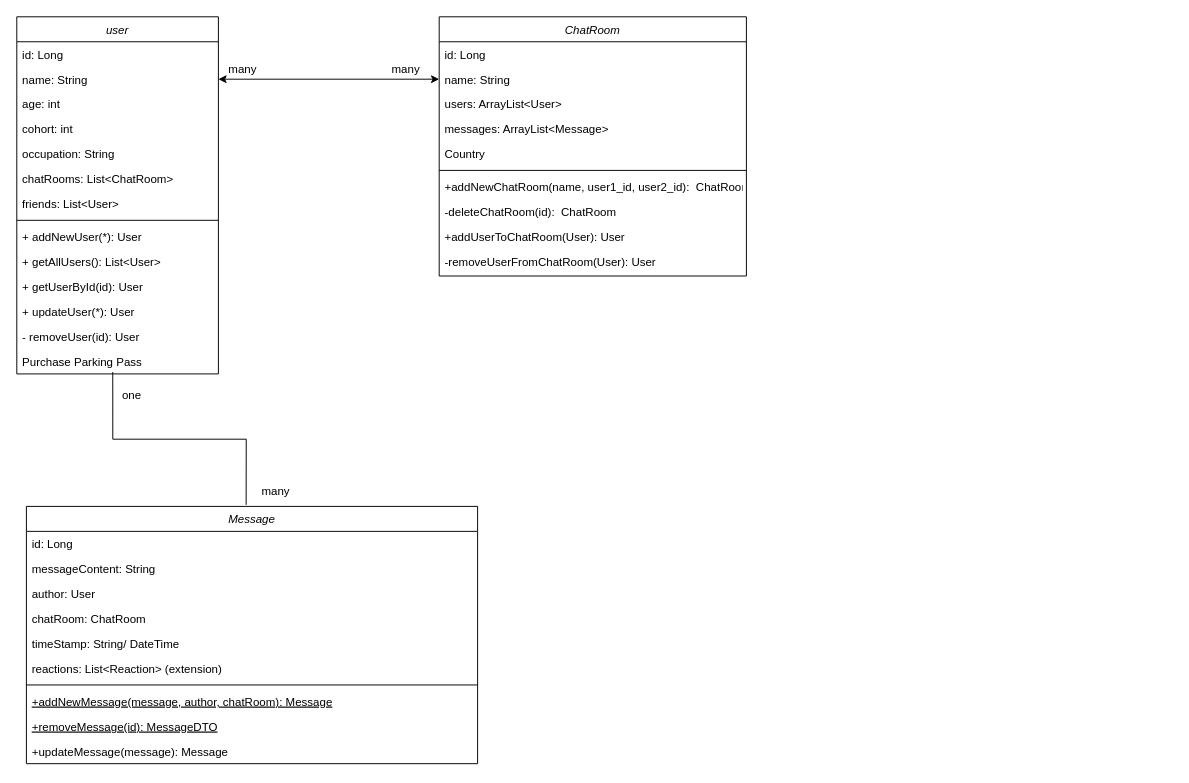
This is ProjectClassDiagram.drawio from anniewils97/TheBrightNetwork, a draw.io file, before an edit. Source tidied: cells renumbered, new cells numbered last; positions are measured from the earlier drawing's top-left corner, leaving out a move shared by most shapes. Both pictures are drawn from the tidied source at 96%, with x=0, y=0 at pixel (16, 16).
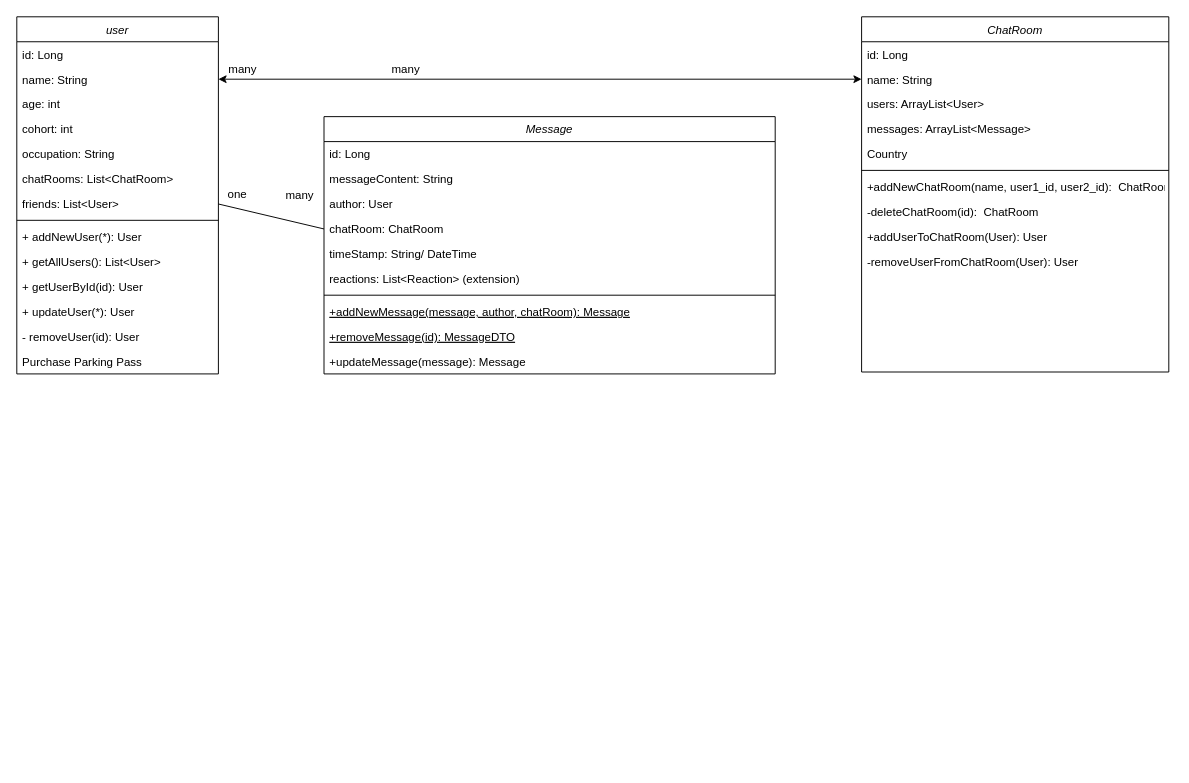
The same diagram, later.

The change refers to these unchanged cells:
```xml
<mxCell id="9" value="friends: List&lt;User&gt;" style="text;align=left;verticalAlign=top;spacingLeft=4;spacingRight=4;overflow=hidden;points=[[0,0.5],[1,0.5]];portConstraint=eastwest;rounded=0;shadow=0;html=0;" parent="2" vertex="1">
  <mxGeometry y="182" width="210" height="26" as="geometry" />
</mxCell>
<mxCell id="16" value="Purchase Parking Pass" style="text;align=left;verticalAlign=top;spacingLeft=4;spacingRight=4;overflow=hidden;points=[[0,0.5],[1,0.5]];portConstraint=eastwest;" parent="2" vertex="1">
  <mxGeometry y="346" width="210" height="26" as="geometry" />
</mxCell>
<mxCell id="21" value="chatRoom: ChatRoom" style="text;align=left;verticalAlign=top;spacingLeft=4;spacingRight=4;overflow=hidden;points=[[0,0.5],[1,0.5]];portConstraint=eastwest;rounded=0;shadow=0;html=0;" parent="17" vertex="1">
  <mxGeometry y="104" width="470" height="26" as="geometry" />
</mxCell>
```

The edit, as a diff of the source:
```diff
@@
     <mxCell id="17" value="Message" style="swimlane;fontStyle=2;align=center;verticalAlign=top;horizontal=1;startSize=26;rounded=0;shadow=0;strokeWidth=1;" parent="1" vertex="1">
-      <mxGeometry x="10" y="510" width="470" height="268" as="geometry" />
+      <mxGeometry x="320" y="104" width="470" height="268" as="geometry" />
     </mxCell>
@@
     <mxCell id="28" value="ChatRoom" style="swimlane;fontStyle=2;align=center;verticalAlign=top;horizontal=1;startSize=26;rounded=0;shadow=0;strokeWidth=1;" parent="1" vertex="1">
-      <mxGeometry x="440" width="320" height="270" as="geometry" />
+      <mxGeometry x="880" width="320" height="370" as="geometry" />
     </mxCell>
@@
-    <mxCell id="42" style="endArrow=none;html=1;rounded=0;entryX=0.487;entryY=-0.006;entryDx=0;entryDy=0;entryPerimeter=0;exitX=0.476;exitY=0.926;exitDx=0;exitDy=0;exitPerimeter=0;" parent="1" edge="1" source="16" target="17">
-      <mxGeometry relative="1" as="geometry">
-        <Array as="points">
-          <mxPoint x="100" y="440" />
-          <mxPoint x="239" y="440" />
-        </Array>
-      </mxGeometry>
-    </mxCell>
     <mxCell id="43" value="one" style="text;html=1;strokeColor=none;fillColor=none;align=center;verticalAlign=middle;whiteSpace=wrap;rounded=0;" parent="1" vertex="1">
-      <mxGeometry x="90" y="380" width="60" height="30" as="geometry" />
+      <mxGeometry x="200" y="170" width="60" height="30" as="geometry" />
     </mxCell>
     <mxCell id="44" value="many" style="text;html=1;strokeColor=none;fillColor=none;align=center;verticalAlign=middle;whiteSpace=wrap;rounded=0;" parent="1" vertex="1">
-      <mxGeometry x="240" y="480" width="60" height="30" as="geometry" />
+      <mxGeometry x="270" y="171" width="50" height="30" as="geometry" />
     </mxCell>
+    <mxCell id="45" style="endArrow=none;html=1;rounded=0;entryX=0;entryY=0.5;entryDx=0;entryDy=0;exitX=1;exitY=0.5;exitDx=0;exitDy=0;" parent="1" edge="1" source="9" target="21">
+      <mxGeometry relative="1" as="geometry" />
+    </mxCell>
```
